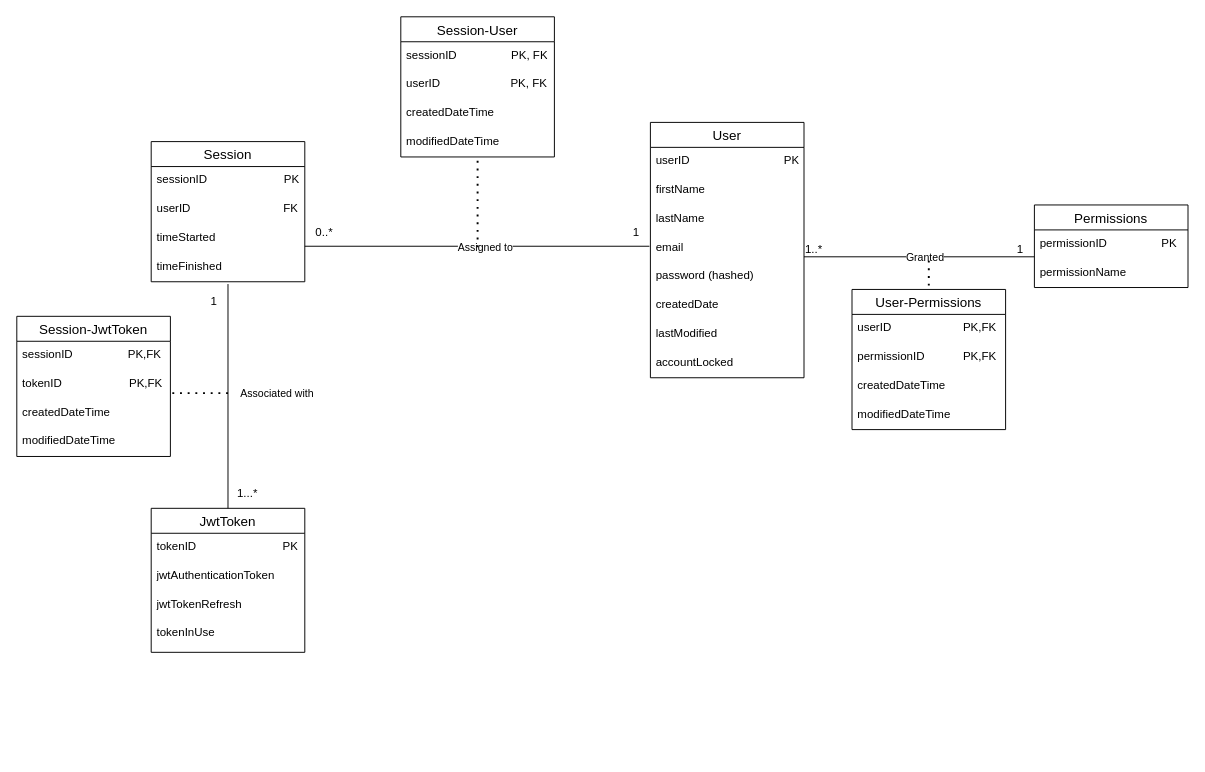
Above: page "Database Design Diagram Authentication and Authorisation" (2 of 3) of Web App Component Diagram.drawio in LouiGee/finalProjectBackEnd (draw.io), before the change. Source tidied: cells renumbered, new cells numbered last; positions are measured from the earlier drawing's top-left corner, leaving out a move shared by most shapes. Both pictures are drawn from the tidied source at 96%, with x=0, y=0 at pixel (16, 16).
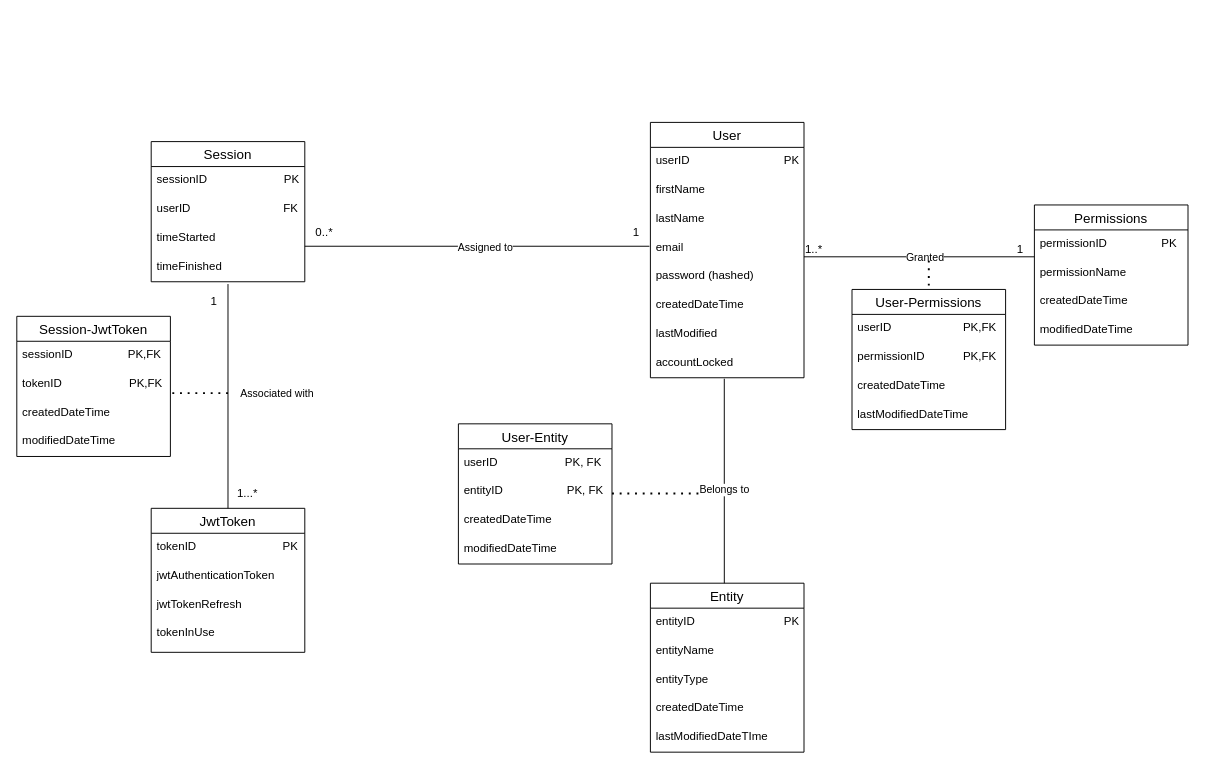
Above is the later version.

Commit message (it also covers changes not shown here):
changes to architecture diagram

The change refers to these unchanged cells:
```xml
<mxCell id="2" value="User" style="swimlane;fontStyle=0;horizontal=1;startSize=26;align=center;fontSize=14;" parent="1" vertex="1">
  <mxGeometry x="660" y="110" width="160" height="266" as="geometry" />
</mxCell>
<mxCell id="10" value="accountLocked" style="text;strokeColor=none;fillColor=none;spacingLeft=4;spacingRight=4;overflow=hidden;points=[[0,0.5],[1,0.5]];portConstraint=eastwest;fontSize=12;whiteSpace=wrap;html=1;" parent="2" vertex="1">
  <mxGeometry y="236" width="160" height="30" as="geometry" />
</mxCell>
<mxCell id="36" value="User-Permissions" style="swimlane;fontStyle=0;horizontal=1;startSize=26;align=center;fontSize=14;" parent="1" vertex="1">
  <mxGeometry x="870" y="284" width="160" height="146" as="geometry" />
</mxCell>
```

The edit, as a diff of the source:
```diff
@@
-    <mxCell id="8" value="createdDate" style="text;strokeColor=none;fillColor=none;spacingLeft=4;spacingRight=4;overflow=hidden;fontSize=12;whiteSpace=wrap;html=1;" parent="2" vertex="1">
+    <mxCell id="8" value="createdDateTime" style="text;strokeColor=none;fillColor=none;spacingLeft=4;spacingRight=4;overflow=hidden;fontSize=12;whiteSpace=wrap;html=1;" parent="2" vertex="1">
       <mxGeometry y="176" width="160" height="30" as="geometry" />
     </mxCell>
@@
     <mxCell id="11" value="Permissions" style="swimlane;fontStyle=0;horizontal=1;startSize=26;align=center;fontSize=14;" parent="1" vertex="1">
-      <mxGeometry x="1060" y="196" width="160" height="86" as="geometry" />
+      <mxGeometry x="1060" y="196" width="160" height="146" as="geometry" />
     </mxCell>
@@
+    <mxCell id="54" value="createdDateTime" style="text;strokeColor=none;fillColor=none;spacingLeft=4;spacingRight=4;overflow=hidden;fontSize=12;whiteSpace=wrap;html=1;" parent="11" vertex="1">
+      <mxGeometry y="86" width="160" height="30" as="geometry" />
+    </mxCell>
+    <mxCell id="55" value="modifiedDateTime" style="text;strokeColor=none;fillColor=none;spacingLeft=4;spacingRight=4;overflow=hidden;fontSize=12;whiteSpace=wrap;html=1;" parent="11" vertex="1">
+      <mxGeometry y="116" width="160" height="30" as="geometry" />
+    </mxCell>
@@
-    <mxCell id="40" value="modifiedDateTime" style="text;strokeColor=none;fillColor=none;spacingLeft=4;spacingRight=4;overflow=hidden;fontSize=12;whiteSpace=wrap;html=1;" parent="36" vertex="1">
+    <mxCell id="40" value="lastModifiedDateTime" style="text;strokeColor=none;fillColor=none;spacingLeft=4;spacingRight=4;overflow=hidden;fontSize=12;whiteSpace=wrap;html=1;" parent="36" vertex="1">
       <mxGeometry y="116" width="160" height="30" as="geometry" />
     </mxCell>
@@
-    <mxCell id="48" style="endArrow=none;dashed=1;html=1;dashPattern=1 3;strokeWidth=2;rounded=0;" parent="1" edge="1">
-      <mxGeometry relative="1" as="geometry">
-        <mxPoint x="480" y="150" as="sourcePoint" />
-        <mxPoint x="480" y="240" as="targetPoint" />
-      </mxGeometry>
-    </mxCell>
-    <mxCell id="49" value="Session-User" style="swimlane;fontStyle=0;horizontal=1;startSize=26;align=center;fontSize=14;" parent="1" vertex="1">
-      <mxGeometry x="400" width="160" height="146" as="geometry" />
-    </mxCell>
-    <mxCell id="50" value="sessionID&amp;nbsp; &amp;nbsp; &amp;nbsp; &amp;nbsp; &amp;nbsp; &amp;nbsp; &amp;nbsp; &amp;nbsp; &amp;nbsp;PK, FK" style="text;strokeColor=none;fillColor=none;spacingLeft=4;spacingRight=4;overflow=hidden;fontSize=12;whiteSpace=wrap;html=1;" parent="49" vertex="1">
-      <mxGeometry y="26" width="160" height="30" as="geometry" />
-    </mxCell>
+    <mxCell id="56" style="endArrow=none;html=1;rounded=0;exitX=0.481;exitY=1.033;exitDx=0;exitDy=0;exitPerimeter=0;" parent="1" edge="1" source="10">
+      <mxGeometry relative="1" as="geometry">
+        <mxPoint x="737" y="600" as="targetPoint" />
+      </mxGeometry>
+    </mxCell>
+    <mxCell id="57" value="Belongs to" style="edgeLabel;html=1;align=center;verticalAlign=middle;" parent="56" vertex="1">
+      <mxGeometry x="0.04" relative="1" as="geometry" />
+    </mxCell>
+    <mxCell id="58" value="Entity" style="swimlane;fontStyle=0;horizontal=1;startSize=26;align=center;fontSize=14;" parent="1" vertex="1">
+      <mxGeometry x="660" y="590" width="160" height="176" as="geometry" />
+    </mxCell>
+    <mxCell id="59" value="entityID&amp;nbsp;&lt;span style=&quot;white-space: pre;&quot;&gt;&#9;&lt;/span&gt;&lt;span style=&quot;white-space: pre;&quot;&gt;&#9;&lt;/span&gt;&lt;span style=&quot;white-space: pre;&quot;&gt;&#9;&lt;/span&gt;&lt;span style=&quot;white-space: pre;&quot;&gt;&#9;&lt;/span&gt;PK" style="text;strokeColor=none;fillColor=none;spacingLeft=4;spacingRight=4;overflow=hidden;fontSize=12;whiteSpace=wrap;html=1;" parent="58" vertex="1">
+      <mxGeometry y="26" width="160" height="30" as="geometry" />
+    </mxCell>
+    <mxCell id="60" value="entityName" style="text;strokeColor=none;fillColor=none;spacingLeft=4;spacingRight=4;overflow=hidden;fontSize=12;whiteSpace=wrap;html=1;" parent="58" vertex="1">
+      <mxGeometry y="56" width="160" height="30" as="geometry" />
+    </mxCell>
+    <mxCell id="61" value="entityType" style="text;strokeColor=none;fillColor=none;spacingLeft=4;spacingRight=4;overflow=hidden;fontSize=12;whiteSpace=wrap;html=1;" parent="58" vertex="1">
+      <mxGeometry y="86" width="160" height="30" as="geometry" />
+    </mxCell>
+    <mxCell id="62" value="createdDateTime" style="text;strokeColor=none;fillColor=none;spacingLeft=4;spacingRight=4;overflow=hidden;fontSize=12;whiteSpace=wrap;html=1;" parent="58" vertex="1">
+      <mxGeometry y="116" width="160" height="30" as="geometry" />
+    </mxCell>
+    <mxCell id="63" value="lastModifiedDateTIme" style="text;strokeColor=none;fillColor=none;spacingLeft=4;spacingRight=4;overflow=hidden;fontSize=12;whiteSpace=wrap;html=1;" parent="58" vertex="1">
+      <mxGeometry y="146" width="160" height="30" as="geometry" />
+    </mxCell>
+    <mxCell id="64" style="endArrow=none;dashed=1;html=1;dashPattern=1 3;strokeWidth=2;rounded=0;" parent="1" edge="1">
+      <mxGeometry relative="1" as="geometry">
+        <mxPoint x="710" y="496.5" as="sourcePoint" />
+        <mxPoint x="620" y="496.5" as="targetPoint" />
+      </mxGeometry>
+    </mxCell>
+    <mxCell id="65" value="User-Entity" style="swimlane;fontStyle=0;horizontal=1;startSize=26;align=center;fontSize=14;" parent="1" vertex="1">
+      <mxGeometry x="460" y="424" width="160" height="146" as="geometry" />
+    </mxCell>
-    <mxCell id="51" value="userID&amp;nbsp; &amp;nbsp; &amp;nbsp; &amp;nbsp; &amp;nbsp; &amp;nbsp; &amp;nbsp; &amp;nbsp; &amp;nbsp; &amp;nbsp; &amp;nbsp; PK, FK" style="text;strokeColor=none;fillColor=none;spacingLeft=4;spacingRight=4;overflow=hidden;fontSize=12;whiteSpace=wrap;html=1;" parent="49" vertex="1">
-      <mxGeometry y="56" width="160" height="30" as="geometry" />
+    <mxCell id="51" value="userID&amp;nbsp; &amp;nbsp; &amp;nbsp; &amp;nbsp; &amp;nbsp; &amp;nbsp; &amp;nbsp; &amp;nbsp; &amp;nbsp; &amp;nbsp; &amp;nbsp;PK, FK" style="text;strokeColor=none;fillColor=none;spacingLeft=4;spacingRight=4;overflow=hidden;fontSize=12;whiteSpace=wrap;html=1;" parent="65" vertex="1">
+      <mxGeometry y="26" width="160" height="30" as="geometry" />
     </mxCell>
-    <mxCell id="52" value="createdDateTime" style="text;strokeColor=none;fillColor=none;spacingLeft=4;spacingRight=4;overflow=hidden;fontSize=12;whiteSpace=wrap;html=1;" parent="49" vertex="1">
-      <mxGeometry y="86" width="160" height="30" as="geometry" />
-    </mxCell>
-    <mxCell id="53" value="modifiedDateTime" style="text;strokeColor=none;fillColor=none;spacingLeft=4;spacingRight=4;overflow=hidden;fontSize=12;whiteSpace=wrap;html=1;" parent="49" vertex="1">
-      <mxGeometry y="116" width="160" height="30" as="geometry" />
-    </mxCell>
+    <mxCell id="66" value="entityID&amp;nbsp; &amp;nbsp; &amp;nbsp; &amp;nbsp; &amp;nbsp; &amp;nbsp; &amp;nbsp; &amp;nbsp; &amp;nbsp; &amp;nbsp; PK, FK" style="text;strokeColor=none;fillColor=none;spacingLeft=4;spacingRight=4;overflow=hidden;fontSize=12;whiteSpace=wrap;html=1;" parent="65" vertex="1">
+      <mxGeometry y="56" width="160" height="30" as="geometry" />
+    </mxCell>
+    <mxCell id="67" value="createdDateTime" style="text;strokeColor=none;fillColor=none;spacingLeft=4;spacingRight=4;overflow=hidden;fontSize=12;whiteSpace=wrap;html=1;" parent="65" vertex="1">
+      <mxGeometry y="86" width="160" height="30" as="geometry" />
+    </mxCell>
+    <mxCell id="68" value="modifiedDateTime" style="text;strokeColor=none;fillColor=none;spacingLeft=4;spacingRight=4;overflow=hidden;fontSize=12;whiteSpace=wrap;html=1;" parent="65" vertex="1">
+      <mxGeometry y="116" width="160" height="30" as="geometry" />
+    </mxCell>
```
